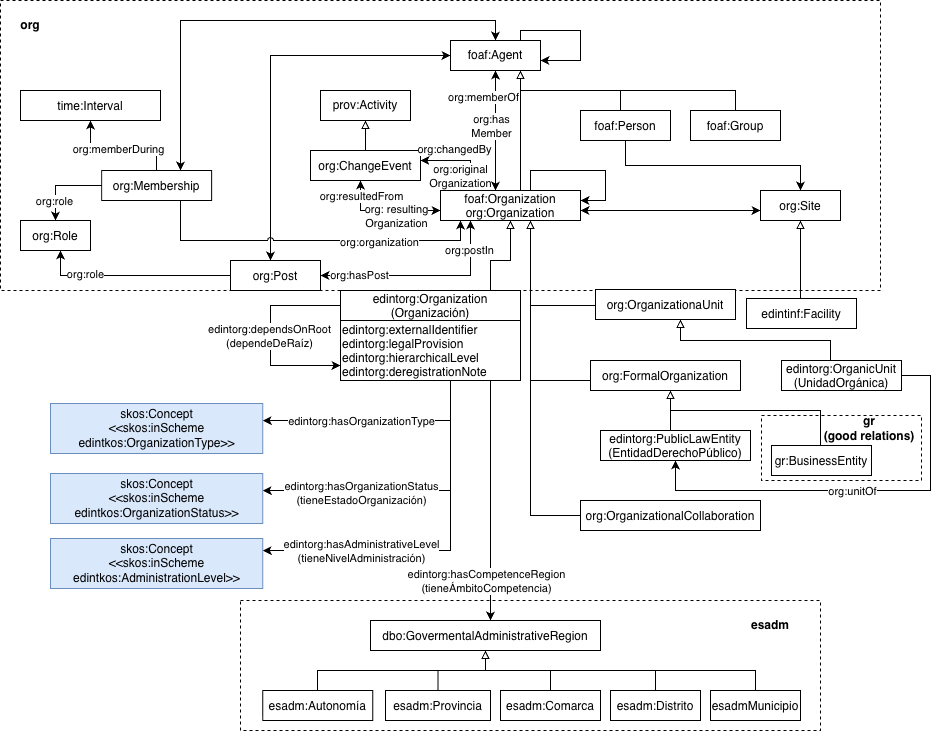
Before: diagrams/diagrama.png, a diagram exported from draw.io (EDINT-Ontologia/edint-ontologia-organizaciones). Source tidied: cells renumbered, new cells last; positions are measured from the earlier drawing's top-left corner, leaving out a move shared by most shapes.
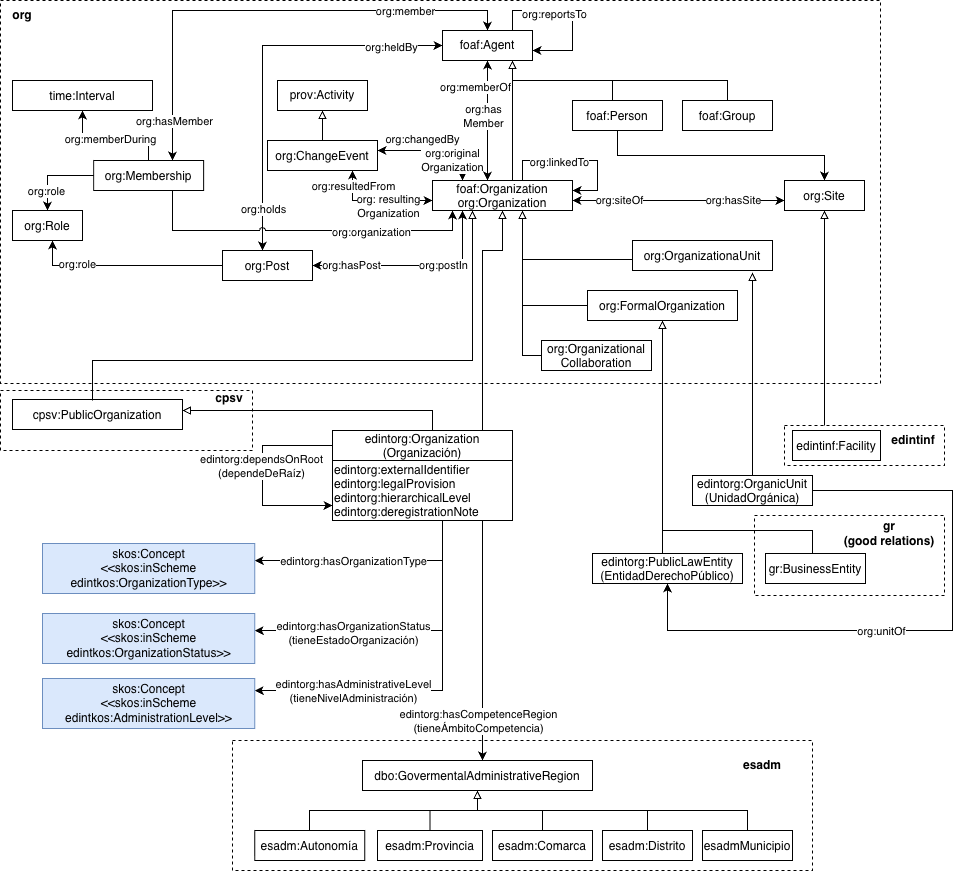
Later version of the same file.

Commit message:
Resolución de issues de diagrama conceptual. ontología y documentación

The edit, as a diff of the source:
```diff
@@ -4,7 +4,13 @@
     <mxCell id="1" parent="0" />
+    <mxCell id="92" style="rounded=0;whiteSpace=wrap;html=1;fillColor=none;dashed=1;" parent="1" vertex="1">
+      <mxGeometry x="8" y="400" width="252" height="60" as="geometry" />
+    </mxCell>
+    <mxCell id="93" style="rounded=0;whiteSpace=wrap;html=1;fillColor=none;dashed=1;" parent="1" vertex="1">
+      <mxGeometry x="762" y="525" width="190" height="80" as="geometry" />
+    </mxCell>
     <mxCell id="2" style="rounded=0;whiteSpace=wrap;html=1;fillColor=none;dashed=1;" parent="1" vertex="1">
-      <mxGeometry x="761" y="415" width="160" height="65" as="geometry" />
+      <mxGeometry x="792" y="435" width="160" height="40" as="geometry" />
     </mxCell>
     <mxCell id="3" style="rounded=0;whiteSpace=wrap;html=1;fillColor=none;dashed=1;" parent="1" vertex="1">
-      <mxGeometry width="880" height="290" as="geometry" />
+      <mxGeometry x="8" y="10" width="880" height="383" as="geometry" />
     </mxCell>
@@ -23,3 +29,3 @@
     <mxCell id="8" value="dbo:GovermentalAdministrativeRegion" parent="1" vertex="1">
-      <mxGeometry x="370" y="620" width="230" height="30" as="geometry" />
+      <mxGeometry x="370" y="770" width="230" height="30" as="geometry" />
     </mxCell>
@@ -35,3 +41,3 @@
     <mxCell id="12" value="org:ChangeEvent" parent="1" vertex="1">
-      <mxGeometry x="310" y="150" width="110" height="30" as="geometry" />
+      <mxGeometry x="275" y="150" width="110" height="30" as="geometry" />
     </mxCell>
@@ -41,15 +47,15 @@
     <mxCell id="14" value="org:Site" parent="1" vertex="1">
-      <mxGeometry x="760" y="190" width="80" height="30" as="geometry" />
+      <mxGeometry x="792" y="190" width="80" height="30" as="geometry" />
     </mxCell>
     <mxCell id="15" value="edintinf:Facility" parent="1" vertex="1">
-      <mxGeometry x="746" y="298" width="110" height="30" as="geometry" />
+      <mxGeometry x="800" y="440" width="88" height="30" as="geometry" />
     </mxCell>
     <mxCell id="16" value="org:OrganizationaUnit" parent="1" vertex="1">
-      <mxGeometry x="595" y="289" width="140" height="30" as="geometry" />
+      <mxGeometry x="640" y="250" width="140" height="30" as="geometry" />
     </mxCell>
     <mxCell id="17" value="org:FormalOrganization" parent="1" vertex="1">
-      <mxGeometry x="590" y="360" width="150" height="30" as="geometry" />
+      <mxGeometry x="595" y="300" width="150" height="30" as="geometry" />
     </mxCell>
-    <mxCell id="18" value="org:OrganizationalCollaboration" parent="1" vertex="1">
-      <mxGeometry x="580" y="500" width="180" height="30" as="geometry" />
+    <mxCell id="18" value="org:Organizational&#10;Collaboration" parent="1" vertex="1">
+      <mxGeometry x="549" y="350" width="110" height="30" as="geometry" />
     </mxCell>
@@ -105,2 +111,10 @@
     </mxCell>
+    <mxCell id="94" value="org:hasMember" style="edgeLabel;html=1;align=center;verticalAlign=middle;" parent="26" vertex="1">
+      <mxGeometry x="-0.87" y="-1" relative="1" as="geometry">
+        <mxPoint y="-9" as="offset" />
+      </mxGeometry>
+    </mxCell>
+    <mxCell id="95" value="org:member" style="edgeLabel;html=1;align=center;verticalAlign=middle;" parent="26" vertex="1">
+      <mxGeometry x="0.58" relative="1" as="geometry" />
+    </mxCell>
     <mxCell id="27" style="edgeStyle=orthogonalEdgeStyle;rounded=0;curved=0;" parent="1" edge="1" source="61" target="48">
@@ -108,3 +122,3 @@
         <Array as="points">
-          <mxPoint x="450" y="420" />
+          <mxPoint x="450" y="570" />
         </Array>
@@ -168,3 +182,5 @@
     <mxCell id="39" value="org:postIn" style="edgeLabel;html=1;align=center;verticalAlign=middle;" parent="37" vertex="1">
-      <mxGeometry x="0.72" y="2" relative="1" as="geometry" />
+      <mxGeometry x="0.72" y="2" relative="1" as="geometry">
+        <mxPoint x="-18" y="25" as="offset" />
+      </mxGeometry>
     </mxCell>
@@ -178,14 +194,19 @@
     </mxCell>
+    <mxCell id="96" value="org:hasSite" style="edgeLabel;html=1;align=center;verticalAlign=middle;" parent="40" vertex="1">
+      <mxGeometry x="0.54" y="1" relative="1" as="geometry">
+        <mxPoint x="-4" as="offset" />
+      </mxGeometry>
+    </mxCell>
+    <mxCell id="97" value="org:siteOf" style="edgeLabel;html=1;align=center;verticalAlign=middle;" parent="40" vertex="1">
+      <mxGeometry x="-0.68" y="1" relative="1" as="geometry">
+        <mxPoint x="12" as="offset" />
+      </mxGeometry>
+    </mxCell>
-    <mxCell id="41" style="edgeStyle=orthogonalEdgeStyle;rounded=0;curved=0;endArrow=none;endFill=0;startArrow=block;startFill=0;" parent="1" edge="1" source="14" target="15">
-      <mxGeometry relative="1" as="geometry">
-        <Array as="points">
-          <mxPoint x="800" y="280" />
-          <mxPoint x="800" y="280" />
-        </Array>
-      </mxGeometry>
+    <mxCell id="41" style="edgeStyle=orthogonalEdgeStyle;rounded=0;curved=0;endArrow=none;endFill=0;startArrow=block;startFill=0;exitX=0.5;exitY=1;exitDx=0;exitDy=0;entryX=0.25;entryY=0;entryDx=0;entryDy=0;" parent="1" edge="1" source="14" target="2">
+      <mxGeometry relative="1" as="geometry" />
     </mxCell>
-    <mxCell id="42" style="edgeStyle=orthogonalEdgeStyle;rounded=0;curved=0;endArrow=none;endFill=0;startArrow=block;startFill=0;" parent="1" edge="1" source="4" target="16">
+    <mxCell id="42" style="edgeStyle=orthogonalEdgeStyle;rounded=0;curved=0;endArrow=none;endFill=0;startArrow=block;startFill=0;entryX=0;entryY=0.5;entryDx=0;entryDy=0;" parent="1" edge="1" source="4" target="16">
       <mxGeometry relative="1" as="geometry">
         <Array as="points">
-          <mxPoint x="530" y="305" />
+          <mxPoint x="530" y="269" />
         </Array>
@@ -193,6 +214,6 @@
     </mxCell>
-    <mxCell id="43" style="edgeStyle=orthogonalEdgeStyle;rounded=0;curved=0;endArrow=none;endFill=0;startArrow=block;startFill=0;" parent="1" edge="1" source="4" target="17">
+    <mxCell id="43" style="edgeStyle=orthogonalEdgeStyle;rounded=0;curved=0;endArrow=none;endFill=0;startArrow=block;startFill=0;entryX=0;entryY=0.5;entryDx=0;entryDy=0;" parent="1" edge="1" source="4" target="17">
       <mxGeometry relative="1" as="geometry">
         <Array as="points">
-          <mxPoint x="530" y="380" />
+          <mxPoint x="530" y="315" />
         </Array>
@@ -200,6 +221,6 @@
     </mxCell>
-    <mxCell id="44" style="edgeStyle=orthogonalEdgeStyle;rounded=0;curved=0;endArrow=none;endFill=0;startArrow=block;startFill=0;" parent="1" edge="1" source="4" target="18">
+    <mxCell id="44" style="edgeStyle=orthogonalEdgeStyle;rounded=0;curved=0;endArrow=none;endFill=0;startArrow=block;startFill=0;entryX=0;entryY=0.5;entryDx=0;entryDy=0;" parent="1" edge="1" source="4" target="18">
       <mxGeometry relative="1" as="geometry">
         <Array as="points">
-          <mxPoint x="530" y="515" />
+          <mxPoint x="530" y="365" />
         </Array>
@@ -214,2 +235,8 @@
     </mxCell>
+    <mxCell id="98" value="org:holds" style="edgeLabel;html=1;align=center;verticalAlign=middle;" parent="45" vertex="1">
+      <mxGeometry x="-0.78" relative="1" as="geometry" />
+    </mxCell>
+    <mxCell id="99" value="org:heldBy" style="edgeLabel;html=1;align=center;verticalAlign=middle;" parent="45" vertex="1">
+      <mxGeometry x="0.73" y="-1" relative="1" as="geometry" />
+    </mxCell>
     <mxCell id="46" style="edgeStyle=orthogonalEdgeStyle;rounded=0;curved=0;jumpStyle=arc;" parent="1" edge="1" source="11" target="4">
@@ -228,3 +255,3 @@
     <mxCell id="48" value="&lt;font color=&quot;#000000&quot;&gt;skos:Concept&lt;br&gt;&lt;/font&gt;&lt;div&gt;&lt;font color=&quot;#000000&quot;&gt;&amp;lt;&amp;lt;skos:inScheme &lt;/font&gt;&lt;font color=&quot;#000000&quot;&gt;&lt;font color=&quot;#000000&quot;&gt;&lt;br&gt;&lt;/font&gt;&lt;/font&gt;&lt;/div&gt;&lt;div&gt;&lt;font color=&quot;#000000&quot;&gt;&lt;font color=&quot;#000000&quot;&gt;edintkos&lt;/font&gt;:OrganizationType&amp;gt;&amp;gt;&lt;/font&gt;&lt;/div&gt;" style="html=1;fillColor=#dae8fc;strokeColor=#6c8ebf;" parent="1" vertex="1">
-      <mxGeometry x="50" y="403" width="212.2" height="50" as="geometry" />
+      <mxGeometry x="50" y="553" width="212.2" height="50" as="geometry" />
     </mxCell>
@@ -233,3 +260,3 @@
         <Array as="points">
-          <mxPoint x="450" y="550" />
+          <mxPoint x="450" y="700" />
         </Array>
@@ -243,3 +270,3 @@
     <mxCell id="51" value="&lt;font color=&quot;#000000&quot;&gt;skos:Concept&lt;br&gt;&lt;/font&gt;&lt;div&gt;&lt;font color=&quot;#000000&quot;&gt;&amp;lt;&amp;lt;skos:inScheme &lt;/font&gt;&lt;font color=&quot;#000000&quot;&gt;&lt;font color=&quot;#000000&quot;&gt;&lt;br&gt;&lt;/font&gt;&lt;/font&gt;&lt;/div&gt;&lt;div&gt;&lt;font color=&quot;#000000&quot;&gt;&lt;font color=&quot;#000000&quot;&gt;edintkos&lt;/font&gt;:AdministrationLevel&amp;gt;&amp;gt;&lt;/font&gt;&lt;/div&gt;" style="html=1;fillColor=#dae8fc;strokeColor=#6c8ebf;" parent="1" vertex="1">
-      <mxGeometry x="50" y="538" width="212.2" height="50" as="geometry" />
+      <mxGeometry x="50" y="688" width="212.2" height="50" as="geometry" />
     </mxCell>
@@ -248,3 +275,3 @@
         <Array as="points">
-          <mxPoint x="450" y="490" />
+          <mxPoint x="450" y="640" />
         </Array>
@@ -258,16 +285,15 @@
     <mxCell id="54" value="&lt;font color=&quot;#000000&quot;&gt;skos:Concept&lt;br&gt;&lt;/font&gt;&lt;div&gt;&lt;font color=&quot;#000000&quot;&gt;&amp;lt;&amp;lt;skos:inScheme &lt;/font&gt;&lt;font color=&quot;#000000&quot;&gt;&lt;font color=&quot;#000000&quot;&gt;&lt;br&gt;&lt;/font&gt;&lt;/font&gt;&lt;/div&gt;&lt;div&gt;&lt;font color=&quot;#000000&quot;&gt;&lt;font color=&quot;#000000&quot;&gt;edintkos&lt;/font&gt;:OrganizationStatus&amp;gt;&amp;gt;&lt;/font&gt;&lt;/div&gt;" style="html=1;fillColor=#dae8fc;strokeColor=#6c8ebf;" parent="1" vertex="1">
-      <mxGeometry x="50" y="473" width="212.2" height="50" as="geometry" />
+      <mxGeometry x="50" y="623" width="212.2" height="50" as="geometry" />
     </mxCell>
     <mxCell id="55" value="edintorg:PublicLawEntity&#10;(EntidadDerechoPúblico)" parent="1" vertex="1">
-      <mxGeometry x="600" y="430" width="150" height="30" as="geometry" />
+      <mxGeometry x="600" y="563" width="150" height="30" as="geometry" />
     </mxCell>
     <mxCell id="56" value="gr:BusinessEntity" parent="1" vertex="1">
-      <mxGeometry x="771" y="445" width="100" height="30" as="geometry" />
+      <mxGeometry x="773" y="563" width="100" height="30" as="geometry" />
     </mxCell>
-    <mxCell id="57" style="edgeStyle=orthogonalEdgeStyle;rounded=0;curved=0;endArrow=none;endFill=0;startArrow=block;startFill=0;" parent="1" edge="1" target="56">
+    <mxCell id="57" style="edgeStyle=orthogonalEdgeStyle;rounded=0;curved=0;endArrow=none;endFill=0;startArrow=none;startFill=0;" parent="1" edge="1" target="56">
       <mxGeometry relative="1" as="geometry">
-        <mxPoint x="670" y="390" as="sourcePoint" />
+        <mxPoint x="670" y="540" as="sourcePoint" />
         <Array as="points">
-          <mxPoint x="670" y="410" />
-          <mxPoint x="820" y="410" />
+          <mxPoint x="820" y="540" />
         </Array>
@@ -275,8 +301,7 @@
     </mxCell>
-    <mxCell id="58" style="edgeStyle=orthogonalEdgeStyle;rounded=0;curved=0;endArrow=none;endFill=0;startArrow=block;startFill=0;" parent="1" edge="1" target="55">
+    <mxCell id="58" style="edgeStyle=orthogonalEdgeStyle;rounded=0;curved=0;endArrow=none;endFill=0;startArrow=block;startFill=0;exitX=0.5;exitY=1;exitDx=0;exitDy=0;" parent="1" edge="1" source="17" target="55">
       <mxGeometry relative="1" as="geometry">
-        <mxPoint x="670" y="390" as="sourcePoint" />
         <Array as="points">
-          <mxPoint x="670" y="430" />
-          <mxPoint x="670" y="430" />
+          <mxPoint x="670" y="470" />
+          <mxPoint x="670" y="470" />
         </Array>
@@ -285,3 +310,3 @@
     <mxCell id="59" value="prov:Activity" style="whiteSpace=wrap;" parent="1" vertex="1">
-      <mxGeometry x="320" y="90" width="90" height="30" as="geometry" />
+      <mxGeometry x="285" y="90" width="90" height="30" as="geometry" />
     </mxCell>
@@ -291,3 +316,3 @@
     <mxCell id="61" value="edintorg:Organization&#10;(Organización)" parent="1" vertex="1">
-      <mxGeometry x="340" y="290" width="180" height="30" as="geometry" />
+      <mxGeometry x="340" y="440" width="180" height="30" as="geometry" />
     </mxCell>
@@ -304,4 +329,4 @@
         <Array as="points">
-          <mxPoint x="490" y="530" />
-          <mxPoint x="490" y="530" />
+          <mxPoint x="490" y="680" />
+          <mxPoint x="490" y="680" />
         </Array>
@@ -315,9 +340,9 @@
     <mxCell id="65" value="edintorg:OrganicUnit&#10;(UnidadOrgánica)" parent="1" vertex="1">
-      <mxGeometry x="781" y="360" width="120" height="30" as="geometry" />
+      <mxGeometry x="700" y="485" width="120" height="30" as="geometry" />
     </mxCell>
-    <mxCell id="66" style="edgeStyle=orthogonalEdgeStyle;rounded=0;curved=0;endArrow=none;endFill=0;startArrow=block;startFill=0;" parent="1" edge="1" source="16" target="65">
+    <mxCell id="66" style="edgeStyle=orthogonalEdgeStyle;rounded=0;curved=0;endArrow=none;endFill=0;startArrow=block;startFill=0;entryX=0.5;entryY=0;entryDx=0;entryDy=0;" parent="1" edge="1" target="65">
       <mxGeometry relative="1" as="geometry">
+        <mxPoint x="760" y="282" as="sourcePoint" />
         <Array as="points">
-          <mxPoint x="680" y="340" />
-          <mxPoint x="830" y="340" />
+          <mxPoint x="760" y="282" />
         </Array>
@@ -326,3 +351,3 @@
     <mxCell id="67" value="edintorg:externalIdentifier&#10;edintorg:legalProvision&#10;edintorg:hierarchicalLevel&#10;edintorg:deregistrationNote" style="align=left;" parent="1" vertex="1">
-      <mxGeometry x="340" y="320" width="180" height="60" as="geometry" />
+      <mxGeometry x="340" y="470" width="180" height="60" as="geometry" />
     </mxCell>
@@ -334,4 +359,4 @@
         <Array as="points">
-          <mxPoint x="270" y="305" />
-          <mxPoint x="270" y="365" />
+          <mxPoint x="270" y="455" />
+          <mxPoint x="270" y="515" />
         </Array>
@@ -340,3 +365,5 @@
     <mxCell id="70" value="edintorg:dependsOnRoot&lt;div&gt;(dependeDeRaíz)&lt;/div&gt;" style="edgeLabel;html=1;align=center;verticalAlign=middle;" parent="69" vertex="1">
-      <mxGeometry y="-2" relative="1" as="geometry" />
+      <mxGeometry y="-2" relative="1" as="geometry">
+        <mxPoint y="-10" as="offset" />
+      </mxGeometry>
     </mxCell>
@@ -351,2 +378,5 @@
     </mxCell>
+    <mxCell id="100" value="org:linkedTo" style="edgeLabel;html=1;align=center;verticalAlign=middle;" parent="71" vertex="1">
+      <mxGeometry x="-0.25" y="-1" relative="1" as="geometry" />
+    </mxCell>
     <mxCell id="72" style="edgeStyle=orthogonalEdgeStyle;rounded=0;curved=0;startArrow=classic;startFill=1;" parent="1" edge="1" source="4" target="5">
@@ -372,4 +402,4 @@
         <Array as="points">
-          <mxPoint x="520" y="30" />
-          <mxPoint x="580" y="30" />
+          <mxPoint x="520" y="20" />
+          <mxPoint x="580" y="20" />
           <mxPoint x="580" y="60" />
@@ -378,2 +408,5 @@
     </mxCell>
+    <mxCell id="101" value="org:reportsTo" style="edgeLabel;html=1;align=center;verticalAlign=middle;" parent="75" vertex="1">
+      <mxGeometry x="-0.24" y="-3" relative="1" as="geometry" />
+    </mxCell>
     <mxCell id="76" style="edgeStyle=orthogonalEdgeStyle;rounded=0;curved=0;" parent="1" edge="1" source="65" target="55">
@@ -381,5 +414,5 @@
         <Array as="points">
-          <mxPoint x="930" y="375" />
-          <mxPoint x="930" y="490" />
-          <mxPoint x="675" y="490" />
+          <mxPoint x="960" y="500" />
+          <mxPoint x="960" y="640" />
+          <mxPoint x="675" y="640" />
         </Array>
@@ -393,6 +426,6 @@
     <mxCell id="78" value="esadm:Autonomía" parent="1" vertex="1">
-      <mxGeometry x="262.2" y="690" width="110" height="30" as="geometry" />
+      <mxGeometry x="262.2" y="840" width="110" height="30" as="geometry" />
     </mxCell>
     <mxCell id="79" value="esadm:Distrito" parent="1" vertex="1">
-      <mxGeometry x="610" y="690" width="90" height="30" as="geometry" />
+      <mxGeometry x="610" y="840" width="90" height="30" as="geometry" />
     </mxCell>
@@ -400,6 +433,6 @@
       <mxGeometry relative="1" as="geometry">
-        <mxPoint x="485" y="650" as="sourcePoint" />
+        <mxPoint x="485" y="800" as="sourcePoint" />
         <Array as="points">
-          <mxPoint x="485" y="670" />
-          <mxPoint x="655" y="670" />
+          <mxPoint x="485" y="820" />
+          <mxPoint x="655" y="820" />
         </Array>
@@ -409,6 +442,6 @@
       <mxGeometry relative="1" as="geometry">
-        <mxPoint x="485" y="650" as="sourcePoint" />
+        <mxPoint x="485" y="800" as="sourcePoint" />
         <Array as="points">
-          <mxPoint x="485" y="670" />
-          <mxPoint x="317" y="670" />
+          <mxPoint x="485" y="820" />
+          <mxPoint x="317" y="820" />
         </Array>
@@ -417,6 +450,6 @@
     <mxCell id="82" value="esadm:Provincia" parent="1" vertex="1">
-      <mxGeometry x="385" y="690" width="105" height="30" as="geometry" />
+      <mxGeometry x="385" y="840" width="105" height="30" as="geometry" />
     </mxCell>
     <mxCell id="83" value="esadm:Comarca" parent="1" vertex="1">
-      <mxGeometry x="500" y="690" width="100" height="30" as="geometry" />
+      <mxGeometry x="500" y="840" width="100" height="30" as="geometry" />
     </mxCell>
@@ -429,3 +462,3 @@
     <mxCell id="86" value="esadmMunicipio" parent="1" vertex="1">
-      <mxGeometry x="710" y="690" width="90" height="30" as="geometry" />
+      <mxGeometry x="710" y="840" width="90" height="30" as="geometry" />
     </mxCell>
@@ -434,4 +467,4 @@
         <Array as="points">
-          <mxPoint x="485" y="670" />
-          <mxPoint x="755" y="670" />
+          <mxPoint x="485" y="820" />
+          <mxPoint x="755" y="820" />
         </Array>
@@ -443,10 +476,40 @@
     <mxCell id="89" style="rounded=0;whiteSpace=wrap;html=1;fillColor=none;dashed=1;" parent="1" vertex="1">
-      <mxGeometry x="240" y="600" width="580" height="130" as="geometry" />
+      <mxGeometry x="240" y="750" width="580" height="130" as="geometry" />
     </mxCell>
     <mxCell id="90" value="esadm" style="text;html=1;whiteSpace=wrap;strokeColor=none;fillColor=none;align=center;verticalAlign=middle;rounded=0;fontStyle=1;" parent="1" vertex="1">
-      <mxGeometry x="740" y="610" width="60" height="30" as="geometry" />
+      <mxGeometry x="740" y="760" width="60" height="30" as="geometry" />
     </mxCell>
     <mxCell id="91" value="gr&lt;div&gt;(good relations)&lt;/div&gt;" style="text;html=1;whiteSpace=wrap;strokeColor=none;fillColor=none;align=center;verticalAlign=middle;rounded=0;fontStyle=1;" parent="1" vertex="1">
-      <mxGeometry x="814" y="408" width="110" height="40" as="geometry" />
+      <mxGeometry x="842" y="523" width="110" height="40" as="geometry" />
     </mxCell>
+    <mxCell id="102" value="cpsv:PublicOrganization" parent="1" vertex="1">
+      <mxGeometry x="20" y="409" width="170" height="30" as="geometry" />
+    </mxCell>
+    <mxCell id="103" value="edintinf" style="text;html=1;whiteSpace=wrap;strokeColor=none;fillColor=none;align=center;verticalAlign=middle;rounded=0;fontStyle=1;" parent="1" vertex="1">
+      <mxGeometry x="891" y="435" width="60" height="30" as="geometry" />
+    </mxCell>
+    <mxCell id="104" value="cpsv" style="text;html=1;whiteSpace=wrap;strokeColor=none;fillColor=none;align=center;verticalAlign=middle;rounded=0;fontStyle=1;" parent="1" vertex="1">
+      <mxGeometry x="212.2" y="393" width="50" height="30" as="geometry" />
+    </mxCell>
+    <mxCell id="105" style="endArrow=block;html=1;rounded=0;endFill=0;edgeStyle=orthogonalEdgeStyle;" parent="1" edge="1">
+      <mxGeometry relative="1" as="geometry">
+        <mxPoint x="440" y="440" as="sourcePoint" />
+        <mxPoint x="190" y="420" as="targetPoint" />
+        <Array as="points">
+          <mxPoint x="440" y="440" />
+          <mxPoint x="440" y="420" />
+        </Array>
+      </mxGeometry>
+    </mxCell>
+    <mxCell id="106" style="endArrow=block;html=1;rounded=0;endFill=0;edgeStyle=orthogonalEdgeStyle;" parent="1" edge="1">
+      <mxGeometry relative="1" as="geometry">
+        <mxPoint x="100" y="410" as="sourcePoint" />
+        <mxPoint x="480" y="220" as="targetPoint" />
+        <Array as="points">
+          <mxPoint x="100" y="370" />
+          <mxPoint x="480" y="370" />
+          <mxPoint x="480" y="220" />
+        </Array>
+      </mxGeometry>
+    </mxCell>
   </root>
```
